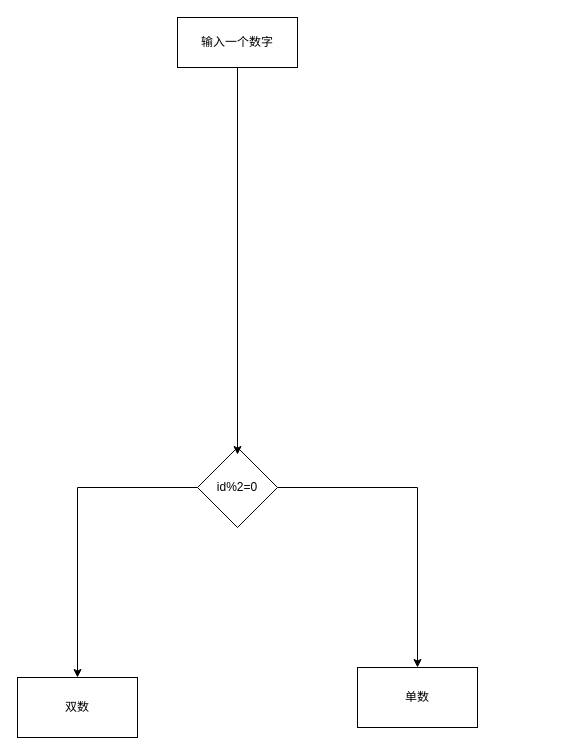
This is 流程.drawio from zhang-zhonggui/draw, a draw.io file, before an edit. Source tidied: cells renumbered, new cells numbered last; positions are measured from the earlier drawing's top-left corner, leaving out a move shared by most shapes. Both pictures are drawn from the tidied source at 100%, with x=0, y=0 at pixel (17, 17).
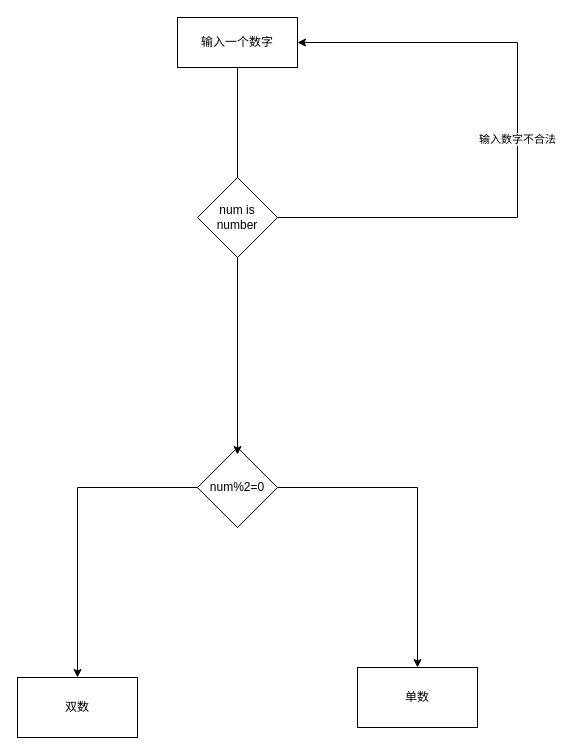
The same diagram, later.

Change to the diagram source:
```diff
@@
 <mxGraphModel>
   <root>
     <mxCell id="0" />
     <mxCell id="1" parent="0" />
     <mxCell id="2" value="输入一个数字" style="rounded=0;whiteSpace=wrap;html=1;" parent="1" vertex="1">
       <mxGeometry x="160" width="120" height="50" as="geometry" />
     </mxCell>
     <mxCell id="3" style="edgeStyle=orthogonalEdgeStyle;rounded=0;jettySize=auto;html=1;exitX=0;exitY=0.5;exitDx=0;exitDy=0;" parent="1" edge="1" source="5" target="6">
       <mxGeometry relative="1" as="geometry" />
     </mxCell>
     <mxCell id="4" style="edgeStyle=orthogonalEdgeStyle;rounded=0;jettySize=auto;html=1;exitX=1;exitY=0.5;exitDx=0;exitDy=0;" parent="1" edge="1" source="5" target="7">
       <mxGeometry relative="1" as="geometry" />
     </mxCell>
-    <mxCell id="5" value="id%2=0" style="rhombus;whiteSpace=wrap;html=1;" parent="1" vertex="1">
+    <mxCell id="5" value="num%2=0" style="rhombus;whiteSpace=wrap;html=1;" parent="1" vertex="1">
       <mxGeometry x="180" y="430" width="80" height="80" as="geometry" />
     </mxCell>
     <mxCell id="6" value="双数" style="rounded=0;whiteSpace=wrap;html=1;" parent="1" vertex="1">
       <mxGeometry y="660" width="120" height="60" as="geometry" />
     </mxCell>
     <mxCell id="7" value="单数" style="rounded=0;whiteSpace=wrap;html=1;" parent="1" vertex="1">
       <mxGeometry x="340" y="650" width="120" height="60" as="geometry" />
     </mxCell>
     <mxCell id="8" style="edgeStyle=orthogonalEdgeStyle;rounded=0;jettySize=auto;html=1;entryX=0.5;entryY=0.088;entryDx=0;entryDy=0;entryPerimeter=0;" parent="1" edge="1" source="2" target="5">
       <mxGeometry relative="1" as="geometry" />
     </mxCell>
+    <mxCell id="9" value="输入数字不合法" style="edgeStyle=orthogonalEdgeStyle;rounded=0;jettySize=auto;html=1;exitX=1;exitY=0.5;exitDx=0;exitDy=0;entryX=1;entryY=0.5;entryDx=0;entryDy=0;" parent="1" edge="1" source="10" target="2">
+      <mxGeometry relative="1" as="geometry">
+        <Array as="points">
+          <mxPoint x="500" y="200" />
+          <mxPoint x="500" y="25" />
+        </Array>
+      </mxGeometry>
+    </mxCell>
+    <mxCell id="10" value="num is number" style="rhombus;whiteSpace=wrap;html=1;" parent="1" vertex="1">
+      <mxGeometry x="180" y="160" width="80" height="80" as="geometry" />
+    </mxCell>
   </root>
 </mxGraphModel>
```
